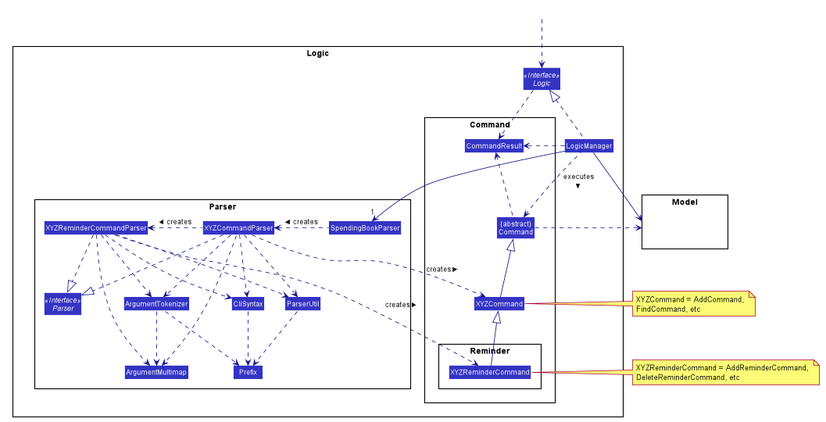
Before: docs/images/LogicClassDiagram.png, a diagram exported from PlantUML (nus-cs2103-AY1920S1/addressbook-level3).
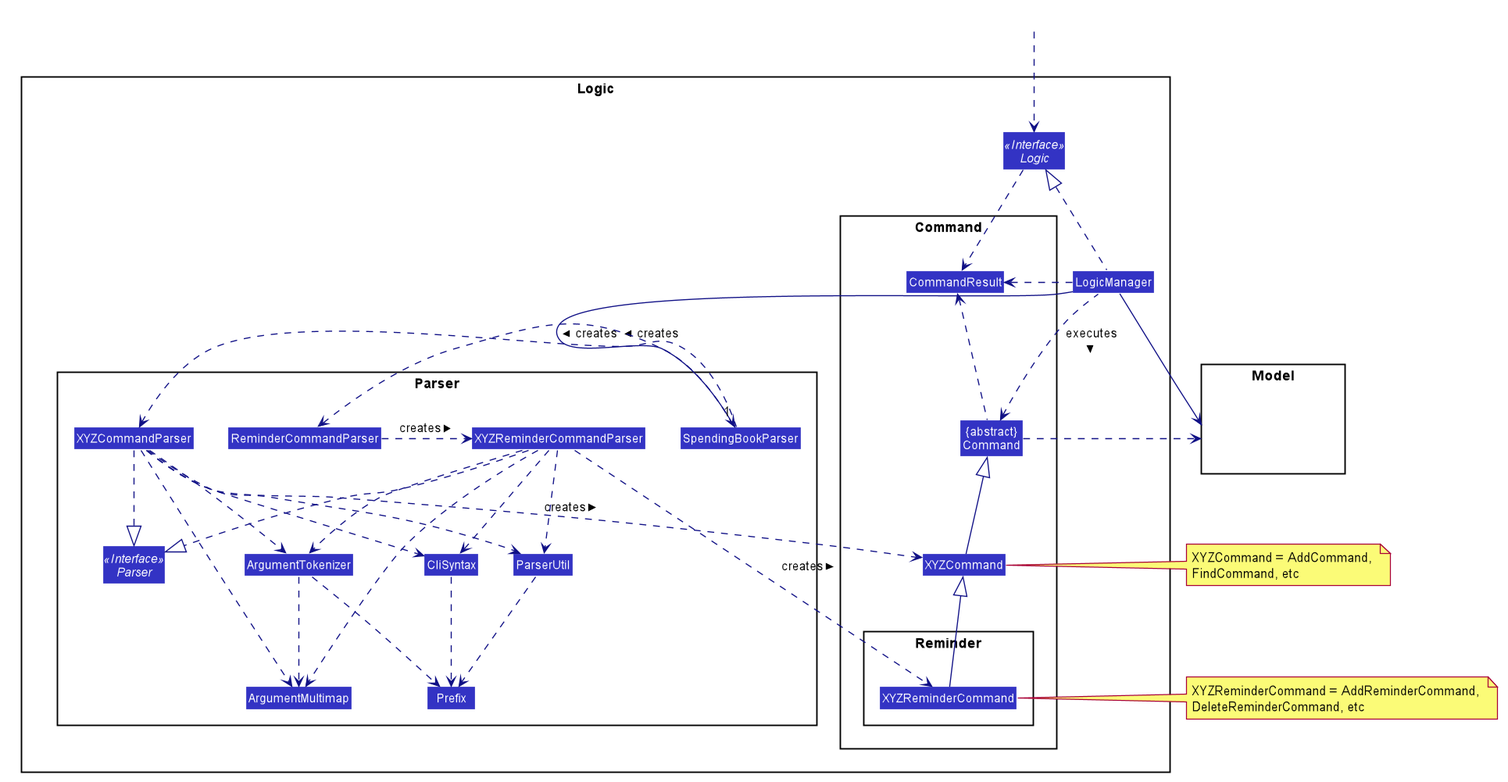
The same diagram one commit later.

Commit message:
removed reminderlist from reminder class diagram, added ReminderCommandParser Component

Change to the diagram source:
```diff
@@ -57,6 +57,7 @@
 Interface Parser <<Interface>>
 Class SpendingBookParser
 Class XYZCommandParser
+Class ReminderCommandParser
 Class XYZReminderCommandParser
 Class CliSyntax
 Class ParserUtil
@@ -88,7 +89,8 @@
 LogicManager .up.|> Logic
 LogicManager -->"1" SpendingBookParser
 SpendingBookParser .left.> XYZCommandParser: creates >
-XYZCommandParser .left.> XYZReminderCommandParser: creates >
+SpendingBookParser .left.> ReminderCommandParser: creates >
+ReminderCommandParser .right.> XYZReminderCommandParser: creates >
 
 XYZCommandParser ..> XYZCommand : creates >
 XYZCommandParser ..|> Parser
```
